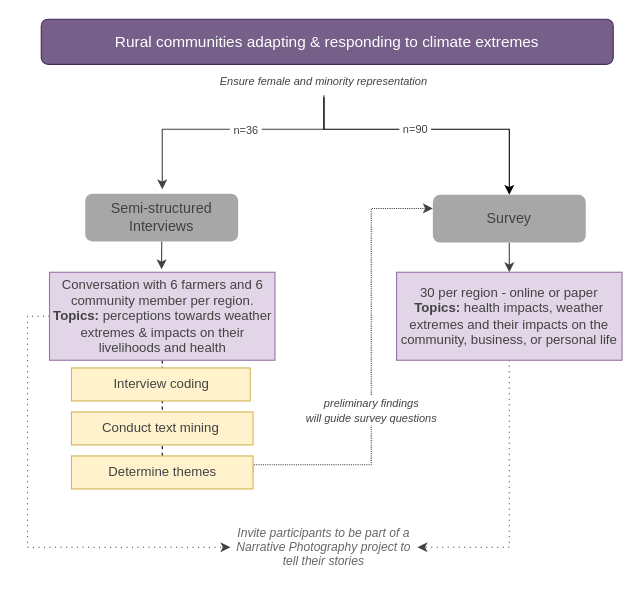
Above: NCsare.drawio in dealchre/gradDrawio (draw.io), before the change. Source tidied: cells renumbered, new cells numbered last; positions are measured from the earlier drawing's top-left corner, leaving out a move shared by most shapes. Both pictures are drawn from the tidied source at 110%, with x=0, y=0 at pixel (41, 19).
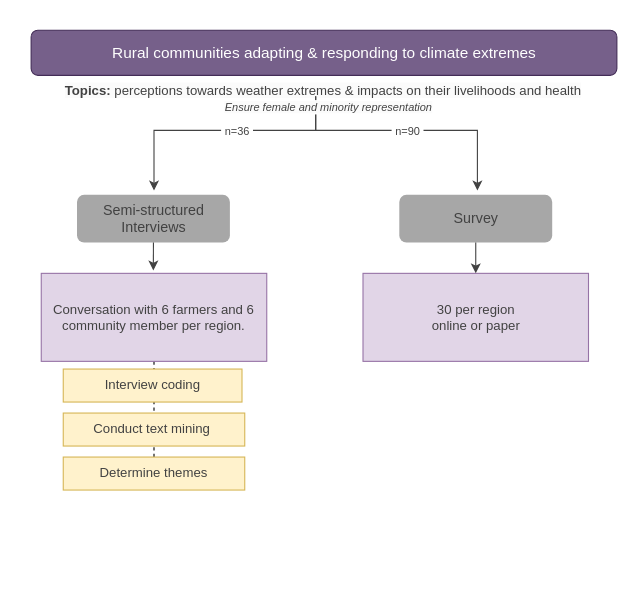
After the change.

Change to the diagram source:
```diff
@@
-    <mxCell id="2" value="&lt;i style=&quot;font-size: 10px;&quot;&gt;&lt;font color=&quot;#424242&quot;&gt;preliminary findings&lt;br&gt;will guide survey questions&lt;/font&gt;&lt;/i&gt;" style="edgeStyle=orthogonalEdgeStyle;rounded=0;jettySize=auto;html=1;exitX=1;exitY=0.5;exitDx=0;exitDy=0;strokeColor=#424242;dashed=1;dashPattern=1 1;" parent="1" edge="1" source="14" target="10">
-      <mxGeometry x="-0.18" relative="1" as="geometry">
-        <Array as="points">
-          <mxPoint x="300" y="405" />
-          <mxPoint x="300" y="172" />
-        </Array>
-        <mxPoint y="1" as="offset" />
-      </mxGeometry>
-    </mxCell>
-    <mxCell id="3" style="edgeStyle=orthogonalEdgeStyle;rounded=0;jettySize=auto;html=1;exitX=0.5;exitY=1;exitDx=0;exitDy=0;entryX=0.497;entryY=-0.033;entryDx=0;entryDy=0;entryPerimeter=0;strokeColor=#424242;" parent="1" edge="1" source="4" target="18">
-      <mxGeometry relative="1" as="geometry" />
-    </mxCell>
+    <mxCell id="7" value="Rural communities adapting &amp;amp; responding to climate extremes" style="text;html=1;align=center;verticalAlign=middle;whiteSpace=wrap;rounded=1;fontSize=14;fillColor=#76608a;strokeColor=#432D57;fontColor=#ffffff;" parent="1" vertex="1">
+      <mxGeometry x="-9.2" y="10" width="532.5" height="41" as="geometry" />
+    </mxCell>
+    <mxCell id="12" value="&lt;i&gt;&lt;br&gt;&lt;/i&gt;" style="text;html=1;align=center;verticalAlign=middle;whiteSpace=wrap;rounded=0;fontSize=10;fontColor=#424242;" parent="1" vertex="1">
+      <mxGeometry x="157" y="70" width="200" height="30" as="geometry" />
+    </mxCell>
+    <mxCell id="21" value="&lt;b style=&quot;border-color: var(--border-color); color: rgb(66, 66, 66); font-family: Helvetica; font-size: 12px; font-style: normal; font-variant-ligatures: normal; font-variant-caps: normal; letter-spacing: normal; orphans: 2; text-indent: 0px; text-transform: none; widows: 2; word-spacing: 0px; -webkit-text-stroke-width: 0px; background-color: rgb(251, 251, 251); text-decoration-thickness: initial; text-decoration-style: initial; text-decoration-color: initial;&quot;&gt;Topics:&lt;/b&gt;&lt;span style=&quot;color: rgb(66, 66, 66); font-family: Helvetica; font-size: 12px; font-style: normal; font-variant-ligatures: normal; font-variant-caps: normal; font-weight: 400; letter-spacing: normal; orphans: 2; text-indent: 0px; text-transform: none; widows: 2; word-spacing: 0px; -webkit-text-stroke-width: 0px; background-color: rgb(251, 251, 251); text-decoration-thickness: initial; text-decoration-style: initial; text-decoration-color: initial; float: none; display: inline !important;&quot;&gt;&lt;span&gt;&amp;nbsp;&lt;/span&gt;perceptions towards weather extremes &amp;amp; impacts on their livelihoods and health&lt;/span&gt;" style="text;whiteSpace=wrap;html=1;align=center;" parent="1" vertex="1">
+      <mxGeometry x="-10" y="51" width="533.2" height="19" as="geometry" />
+    </mxCell>
+    <mxCell id="22" style="group;" parent="1" vertex="1">
+      <mxGeometry y="101" width="497.5" height="327" as="geometry" />
+    </mxCell>
+    <mxCell id="13" style="endArrow=none;dashed=1;html=1;rounded=0;fontSize=10;fontColor=#424242;elbow=vertical;entryX=0.5;entryY=1;entryDx=0;entryDy=0;" parent="22" edge="1" source="14" target="18">
+      <mxGeometry relative="1" as="geometry" />
+    </mxCell>
-    <mxCell id="4" value="Semi-structured&lt;br&gt;Interviews" style="text;html=1;align=center;verticalAlign=middle;whiteSpace=wrap;rounded=1;fontSize=13;fillColor=#A7A7A7;fontColor=#424242;strokeColor=none;" parent="1" vertex="1">
-      <mxGeometry x="40" y="158.6" width="139" height="43.4" as="geometry" />
+    <mxCell id="4" value="Semi-structured&lt;br&gt;Interviews" style="text;html=1;align=center;verticalAlign=middle;whiteSpace=wrap;rounded=1;fontSize=13;fillColor=#A7A7A7;fontColor=#424242;strokeColor=none;" parent="22" vertex="1">
+      <mxGeometry x="32.5" y="58.6" width="139" height="43.4" as="geometry" />
     </mxCell>
-    <mxCell id="5" style="edgeStyle=orthogonalEdgeStyle;rounded=0;orthogonalLoop=1;jettySize=auto;html=1;fontColor=#424242;strokeColor=#424242;entryX=0.5;entryY=0;entryDx=0;entryDy=0;startArrow=none;" parent="1" edge="1">
+    <mxCell id="5" style="edgeStyle=orthogonalEdgeStyle;rounded=0;orthogonalLoop=1;jettySize=auto;html=1;fontColor=#424242;strokeColor=#424242;entryX=0.5;entryY=0;entryDx=0;entryDy=0;startArrow=none;" parent="22" edge="1">
       <mxGeometry relative="1" as="geometry">
-        <mxPoint x="257" y="69" as="sourcePoint" />
-        <mxPoint x="110" y="154.6" as="targetPoint" />
+        <mxPoint x="249.5" y="-31" as="sourcePoint" />
+        <mxPoint x="102.5" y="54.6" as="targetPoint" />
         <Array as="points">
-          <mxPoint x="257" y="100" />
-          <mxPoint x="110" y="100" />
+          <mxPoint x="249.5" />
+          <mxPoint x="102.5" />
         </Array>
       </mxGeometry>
     </mxCell>
@@
-    <mxCell id="7" value="Rural communities adapting &amp;amp; responding to climate extremes" style="text;html=1;align=center;verticalAlign=middle;whiteSpace=wrap;rounded=1;fontSize=14;fillColor=#76608a;strokeColor=#432D57;fontColor=#ffffff;" parent="1" vertex="1">
-      <mxGeometry width="520" height="41" as="geometry" />
-    </mxCell>
-    <mxCell id="8" value="&lt;font style=&quot;font-size: 11px;&quot;&gt;Invite participants to be part of a Narrative Photography project to tell their stories&lt;/font&gt;" style="text;html=1;align=center;verticalAlign=middle;whiteSpace=wrap;rounded=0;fontColor=#666666;fontStyle=2;fontSize=11;dashed=1;dashPattern=1 1;" parent="1" vertex="1">
-      <mxGeometry x="172" y="450" width="170" height="60" as="geometry" />
-    </mxCell>
-    <mxCell id="9" style="edgeStyle=orthogonalEdgeStyle;rounded=0;jettySize=auto;html=1;exitX=0.5;exitY=1;exitDx=0;exitDy=0;entryX=0.5;entryY=0;entryDx=0;entryDy=0;strokeColor=#424242;" parent="1" edge="1" source="10" target="20">
-      <mxGeometry relative="1" as="geometry" />
-    </mxCell>
-    <mxCell id="10" value="Survey" style="text;html=1;align=center;verticalAlign=middle;whiteSpace=wrap;rounded=1;fontSize=13;fillColor=#A7A7A7;fontColor=#424242;strokeColor=none;" parent="1" vertex="1">
-      <mxGeometry x="356" y="159.6" width="139" height="43.4" as="geometry" />
+    <mxCell id="10" value="Survey" style="text;html=1;align=center;verticalAlign=middle;whiteSpace=wrap;rounded=1;fontSize=13;fillColor=#A7A7A7;fontColor=#424242;strokeColor=none;" parent="22" vertex="1">
+      <mxGeometry x="325.5" y="58.6" width="139" height="43.4" as="geometry" />
     </mxCell>
-    <mxCell id="11" value="&lt;font style=&quot;font-size: 10px;&quot; color=&quot;#424242&quot;&gt;&amp;nbsp;n=90&amp;nbsp;&lt;/font&gt;" style="edgeStyle=orthogonalEdgeStyle;rounded=0;jettySize=auto;html=1;exitX=0.5;exitY=1;exitDx=0;exitDy=0;entryX=0.5;entryY=0;entryDx=0;entryDy=0;" parent="1" edge="1" source="12" target="10">
-      <mxGeometry x="-0.13" relative="1" as="geometry">
-        <Array as="points">
-          <mxPoint x="257" y="100" />
-          <mxPoint x="426" y="100" />
-        </Array>
-      </mxGeometry>
-    </mxCell>
-    <mxCell id="12" value="&lt;i&gt;Ensure female and minority representation&lt;br&gt;&lt;/i&gt;" style="text;html=1;align=center;verticalAlign=middle;whiteSpace=wrap;rounded=0;fontSize=10;fontColor=#424242;" parent="1" vertex="1">
-      <mxGeometry x="157" y="41" width="200" height="30" as="geometry" />
-    </mxCell>
-    <mxCell id="13" style="endArrow=none;dashed=1;html=1;rounded=0;fontSize=10;fontColor=#424242;elbow=vertical;entryX=0.5;entryY=1;entryDx=0;entryDy=0;" parent="1" edge="1" source="14" target="18">
-      <mxGeometry relative="1" as="geometry" />
-    </mxCell>
-    <mxCell id="14" value="Determine themes" style="text;html=1;align=center;verticalAlign=middle;whiteSpace=wrap;rounded=0;fillColor=#fff2cc;strokeColor=#d6b656;fontColor=#424242;" parent="1" vertex="1">
-      <mxGeometry x="27.5" y="397" width="165" height="30" as="geometry" />
+    <mxCell id="14" value="Determine themes" style="text;html=1;align=center;verticalAlign=middle;whiteSpace=wrap;rounded=0;fillColor=#fff2cc;strokeColor=#d6b656;fontColor=#424242;" parent="22" vertex="1">
+      <mxGeometry x="20" y="297" width="165" height="30" as="geometry" />
     </mxCell>
-    <mxCell id="15" value="Conduct text mining&amp;nbsp;" style="text;html=1;align=center;verticalAlign=middle;whiteSpace=wrap;rounded=0;fillColor=#fff2cc;strokeColor=#d6b656;fontColor=#424242;" parent="1" vertex="1">
-      <mxGeometry x="27.5" y="357" width="165" height="30" as="geometry" />
+    <mxCell id="15" value="Conduct text mining&amp;nbsp;" style="text;html=1;align=center;verticalAlign=middle;whiteSpace=wrap;rounded=0;fillColor=#fff2cc;strokeColor=#d6b656;fontColor=#424242;" parent="22" vertex="1">
+      <mxGeometry x="20" y="257" width="165" height="30" as="geometry" />
     </mxCell>
-    <mxCell id="16" value="Interview coding" style="text;html=1;align=center;verticalAlign=middle;whiteSpace=wrap;rounded=0;fillColor=#fff2cc;strokeColor=#d6b656;fontColor=#424242;" parent="1" vertex="1">
-      <mxGeometry x="27.5" y="317" width="162.5" height="30" as="geometry" />
+    <mxCell id="16" value="Interview coding" style="text;html=1;align=center;verticalAlign=middle;whiteSpace=wrap;rounded=0;fillColor=#fff2cc;strokeColor=#d6b656;fontColor=#424242;" parent="22" vertex="1">
+      <mxGeometry x="20" y="217" width="162.5" height="30" as="geometry" />
     </mxCell>
-    <mxCell id="17" style="edgeStyle=orthogonalEdgeStyle;rounded=0;jettySize=auto;html=1;exitX=0;exitY=0.5;exitDx=0;exitDy=0;entryX=0;entryY=0.5;entryDx=0;entryDy=0;strokeColor=#424242;dashed=1;dashPattern=1 4;" parent="1" edge="1" source="18" target="8">
-      <mxGeometry relative="1" as="geometry" />
-    </mxCell>
-    <mxCell id="18" value="Conversation with 6 farmers and 6 community member per region.&lt;br&gt;&lt;b&gt;Topics:&lt;/b&gt; perceptions towards weather extremes &amp;amp; impacts on their livelihoods and health" style="text;html=1;align=center;verticalAlign=middle;whiteSpace=wrap;rounded=0;fillColor=#e1d5e7;strokeColor=#9673a6;fontColor=#424242;" parent="1" vertex="1">
-      <mxGeometry x="7.5" y="230" width="205" height="80" as="geometry" />
+    <mxCell id="18" value="Conversation with 6 farmers and 6 community member per region.&lt;br&gt;" style="text;html=1;align=center;verticalAlign=middle;whiteSpace=wrap;rounded=0;fillColor=#e1d5e7;strokeColor=#9673a6;fontColor=#424242;" parent="22" vertex="1">
+      <mxGeometry y="130" width="205" height="80" as="geometry" />
     </mxCell>
-    <mxCell id="19" style="edgeStyle=orthogonalEdgeStyle;rounded=0;jettySize=auto;html=1;exitX=0.5;exitY=1;exitDx=0;exitDy=0;entryX=1;entryY=0.5;entryDx=0;entryDy=0;strokeColor=#424242;dashed=1;dashPattern=1 4;" parent="1" edge="1" source="20" target="8">
-      <mxGeometry relative="1" as="geometry" />
-    </mxCell>
+    <mxCell id="3" style="edgeStyle=orthogonalEdgeStyle;rounded=0;jettySize=auto;html=1;exitX=0.5;exitY=1;exitDx=0;exitDy=0;entryX=0.497;entryY=-0.033;entryDx=0;entryDy=0;entryPerimeter=0;strokeColor=#424242;" parent="22" edge="1" source="4" target="18">
+      <mxGeometry relative="1" as="geometry" />
+    </mxCell>
-    <mxCell id="20" value="30 per region - online or paper&lt;br&gt;&lt;b&gt;Topics: &lt;/b&gt;health impacts, weather extremes and their impacts on the community, business, or personal life" style="text;html=1;align=center;verticalAlign=middle;whiteSpace=wrap;rounded=0;fillColor=#e1d5e7;strokeColor=#9673a6;fontColor=#424242;" parent="1" vertex="1">
-      <mxGeometry x="323" y="230" width="205" height="80" as="geometry" />
+    <mxCell id="20" value="30 per region &lt;br&gt;online or paper" style="text;html=1;align=center;verticalAlign=middle;whiteSpace=wrap;rounded=0;fillColor=#e1d5e7;strokeColor=#9673a6;fontColor=#424242;" parent="22" vertex="1">
+      <mxGeometry x="292.5" y="130" width="205" height="80" as="geometry" />
     </mxCell>
+    <mxCell id="9" style="edgeStyle=orthogonalEdgeStyle;rounded=0;jettySize=auto;html=1;exitX=0.5;exitY=1;exitDx=0;exitDy=0;entryX=0.5;entryY=0;entryDx=0;entryDy=0;strokeColor=#424242;" parent="22" edge="1" source="10" target="20">
+      <mxGeometry relative="1" as="geometry" />
+    </mxCell>
+    <mxCell id="23" value="&lt;i style=&quot;border-color: var(--border-color); color: rgb(66, 66, 66); font-family: Helvetica; font-size: 10px; font-variant-ligatures: normal; font-variant-caps: normal; font-weight: 400; letter-spacing: normal; orphans: 2; text-align: center; text-indent: 0px; text-transform: none; widows: 2; word-spacing: 0px; -webkit-text-stroke-width: 0px; background-color: rgb(251, 251, 251); text-decoration-thickness: initial; text-decoration-style: initial; text-decoration-color: initial;&quot;&gt;Ensure female and minority representation&lt;/i&gt;" style="edgeStyle=orthogonalEdgeStyle;rounded=0;orthogonalLoop=1;jettySize=auto;html=1;fontColor=#424242;strokeColor=#424242;entryX=0.5;entryY=0;entryDx=0;entryDy=0;startArrow=none;" parent="22" edge="1">
+      <mxGeometry x="-0.91" y="11" relative="1" as="geometry">
+        <mxPoint x="249.5" y="-31" as="sourcePoint" />
+        <mxPoint x="396.5" y="54.6" as="targetPoint" />
+        <Array as="points">
+          <mxPoint x="249.5" />
+          <mxPoint x="396.5" />
+        </Array>
+      </mxGeometry>
+    </mxCell>
+    <mxCell id="11" value="&lt;font color=&quot;#424242&quot;&gt;&amp;nbsp;n=90&amp;nbsp;&lt;br&gt;&lt;/font&gt;" style="edgeLabel;html=1;align=center;verticalAlign=middle;fontSize=10;" parent="23" vertex="1">
+      <mxGeometry x="0.78" y="-1" relative="1" as="geometry">
+        <mxPoint x="-63" y="-29" as="offset" />
+      </mxGeometry>
+    </mxCell>
```
